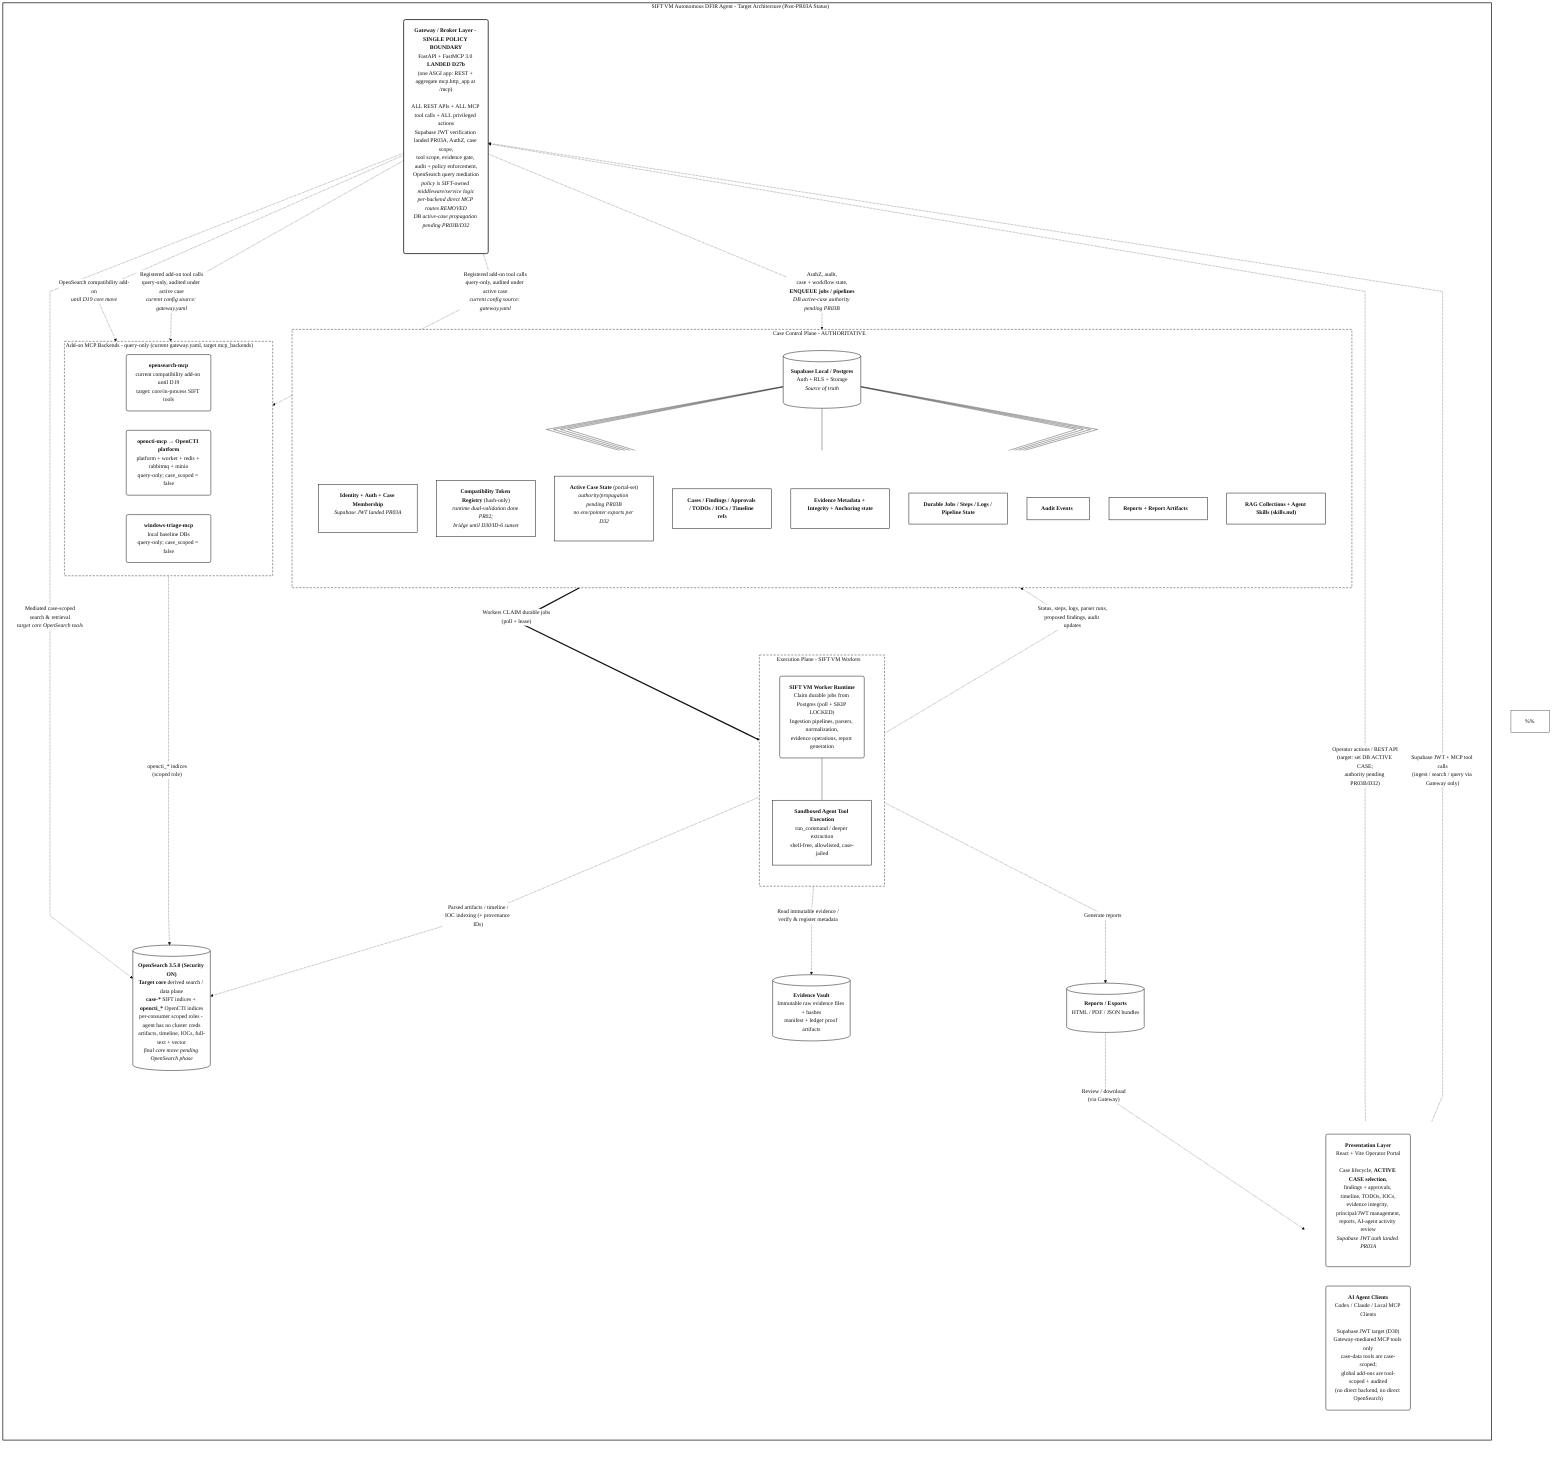
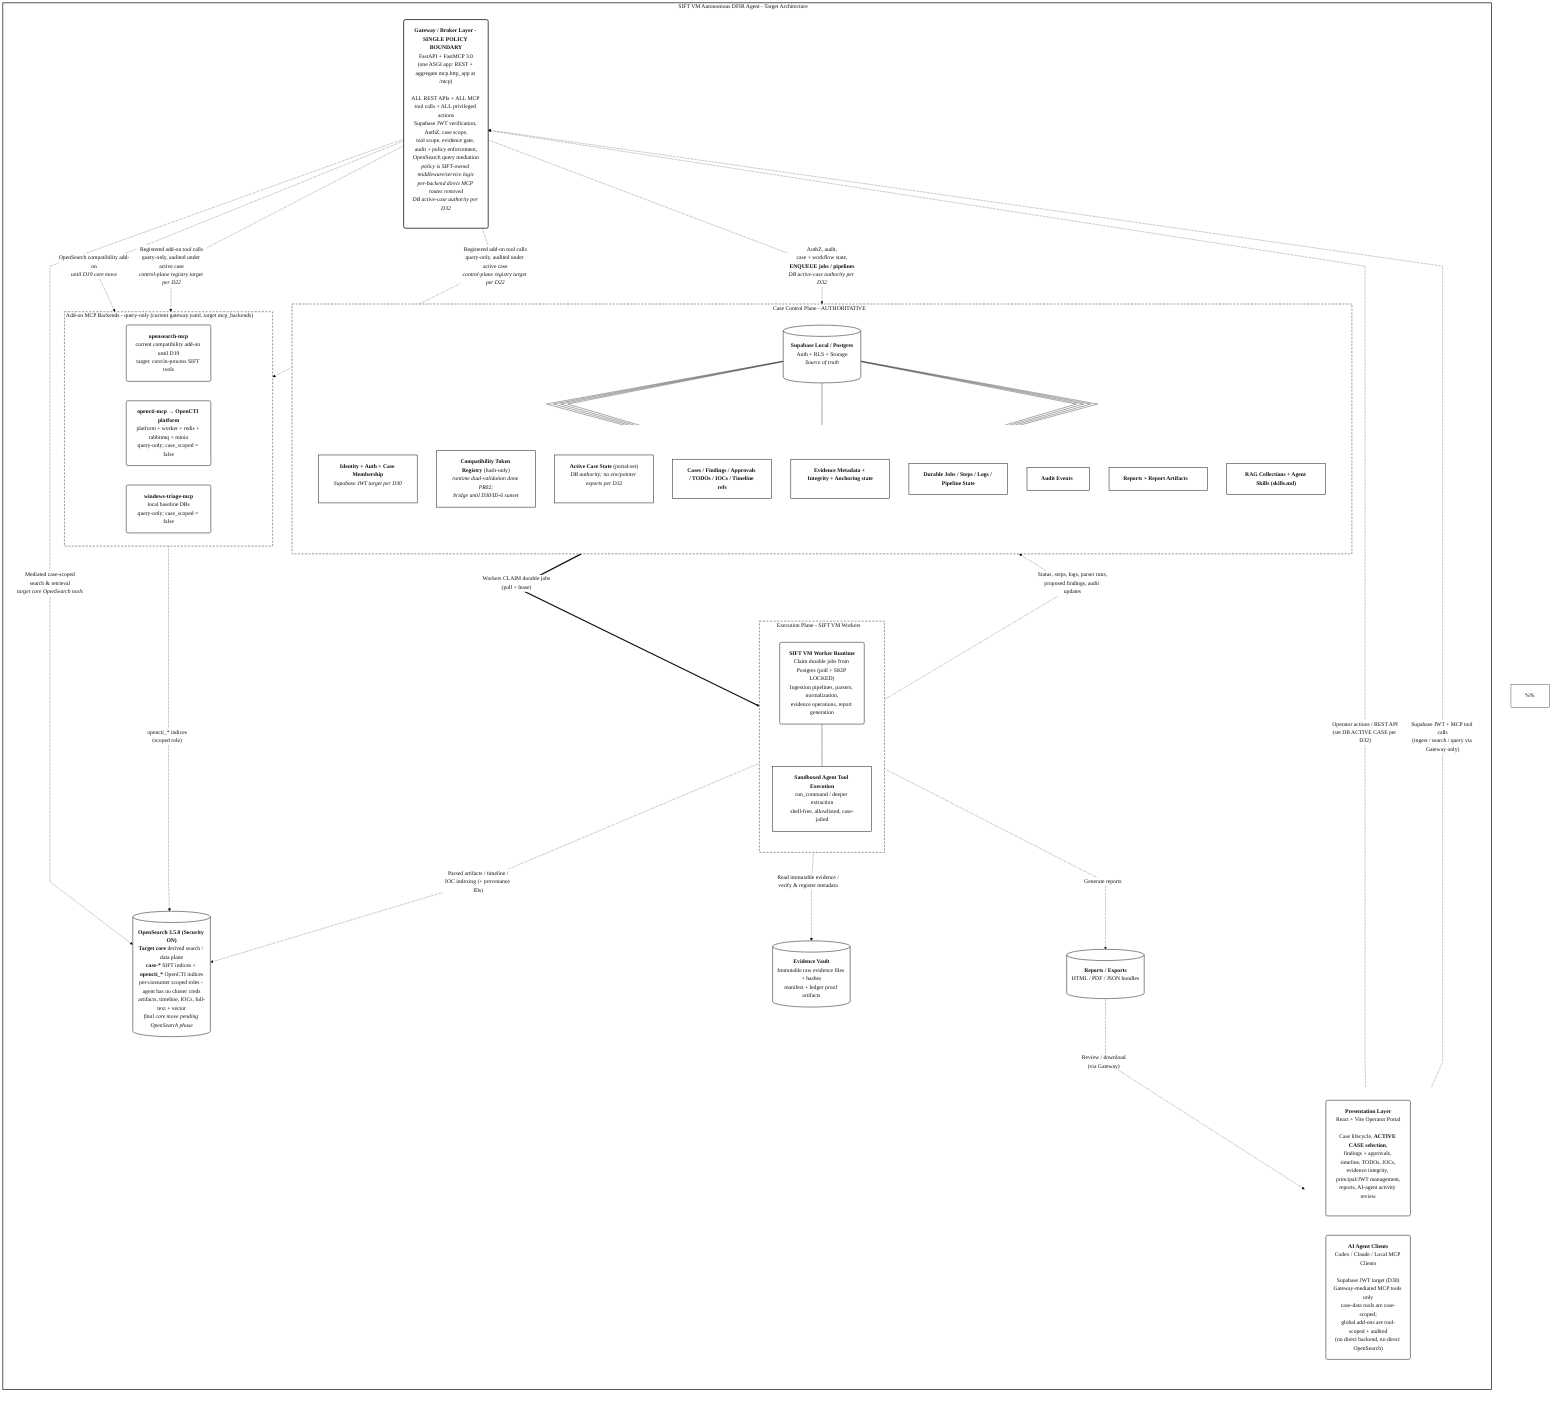
%%{init: {
  "theme": "base",
  "themeVariables": {
    "fontFamily": "Arial, Helvetica, sans-serif",
    "primaryColor": "#ffffff",
    "primaryTextColor": "#111111",
    "primaryBorderColor": "#111111",
    "lineColor": "#111111",
    "clusterBkg": "#ffffff",
    "clusterBorder": "#111111",
    "edgeLabelBackground": "#ffffff"
  },
  "flowchart": {
    "curve": "linear",
    "htmlLabels": true,
    "nodeSpacing": 55,
    "rankSpacing": 70,
    "padding": 20
  }
}}%%

flowchart TB

  %% =========================================================
-   %% SIFT VM Autonomous DFIR Agent - target architecture with current
-   %% post-PR03A migration status and PR03B target called out.
+   %% SIFT VM Autonomous DFIR Agent - target architecture.
  %%
  %% Canonical decisions reflected in this diagram (see
  %% 00_migration_charter.md "Confirmed Decisions (Locked)"):
  %%  - The Gateway is the SINGLE policy boundary. ALL REST APIs,
  %%    ALL MCP tool calls, and ALL privileged actions go through it.
  %%    Per-backend direct MCP routes (/mcp/{name}) are DISABLED.
  %%  - Supabase/Postgres is the authoritative control plane.
  %%  - Final auth target (D30): Supabase-issued JWTs for humans,
  %%    agents, MCP clients, workers, and services. PR02 hash-token
  %%    registry is a compatibility bridge until sunset.
  %%  - There is NEVER a direct job/invoke to the Evidence Vault.
  %%    Tool calls (ingest/search/etc.) enter the Gateway, which
  %%    enqueues durable jobs/pipelines in the control plane; workers
  %%    CLAIM (poll + SKIP LOCKED) those jobs and run the pipelines.
  %%  - TARGET: ACTIVE CASE is selected by the operator in the portal only,
  %%    is authoritative in the control plane, and the Gateway propagates it
  %%    to every backend/API/tool call. D32/PR03B drops env/config/pointer
  %%    active-case authority and does not generate active-case exports.
  %%  - OpenSearch 3.5.0 with security ENABLED is the derived
  %%    search/data plane. It is never authoritative.
  %%  - AI agents reach tools ONLY through Gateway MCP tools and run
  %%    deeper analysis in a sandboxed, allowlisted execution plane.
  %% Note: Mermaid auto-layout is not pixel-perfect.
  %% =========================================================

-   subgraph SYSTEM["SIFT VM Autonomous DFIR Agent - Target Architecture (Post-PR03A Status)"]
+   subgraph SYSTEM["SIFT VM Autonomous DFIR Agent - Target Architecture"]
    direction TB

    %% -------------------------
    %% Clients
    %% -------------------------
    subgraph CLIENTS[" "]
      direction LR

-       Portal("<b>Presentation Layer</b><br/>React + Vite Operator Portal<br/><br/>Case lifecycle, <b>ACTIVE CASE selection</b>,<br/>findings + approvals, timeline, TODOs, IOCs,<br/>evidence integrity, principal/JWT management,<br/>reports, AI-agent activity review<br/><i>Supabase JWT auth landed PR03A</i>")
+       Portal("<b>Presentation Layer</b><br/>React + Vite Operator Portal<br/><br/>Case lifecycle, <b>ACTIVE CASE selection</b>,<br/>findings + approvals, timeline, TODOs, IOCs,<br/>evidence integrity, principal/JWT management,<br/>reports, AI-agent activity review")

      Agents("<b>AI Agent Clients</b><br/>Codex / Claude / Local MCP Clients<br/><br/>Supabase JWT target (D30)<br/>Gateway-mediated MCP tools only<br/>case-data tools are case-scoped;<br/>global add-ons are tool-scoped + audited<br/>(no direct backend, no direct OpenSearch)")
    end

    %% -------------------------
    %% Gateway - single policy boundary
    %% -------------------------
-     Gateway("<b>Gateway / Broker Layer - SINGLE POLICY BOUNDARY</b><br/>FastAPI + FastMCP 3.0 <b>LANDED D27b</b><br/>(one ASGI app: REST + aggregate mcp.http_app at /mcp)<br/><br/>ALL REST APIs + ALL MCP tool calls + ALL privileged actions<br/>Supabase JWT verification landed PR03A, AuthZ, case scope,<br/>tool scope, evidence gate, audit + policy enforcement,<br/>OpenSearch query mediation<br/><i>policy is SIFT-owned middleware/service logic</i><br/><i>per-backend direct MCP routes REMOVED</i><br/><i>DB active-case propagation pending PR03B/D32</i>")
+     Gateway("<b>Gateway / Broker Layer - SINGLE POLICY BOUNDARY</b><br/>FastAPI + FastMCP 3.0<br/>(one ASGI app: REST + aggregate mcp.http_app at /mcp)<br/><br/>ALL REST APIs + ALL MCP tool calls + ALL privileged actions<br/>Supabase JWT verification, AuthZ, case scope,<br/>tool scope, evidence gate, audit + policy enforcement,<br/>OpenSearch query mediation<br/><i>policy is SIFT-owned middleware/service logic</i><br/><i>per-backend direct MCP routes removed</i><br/><i>DB active-case authority per D32</i>")

    %% -------------------------
    %% Control plane (authoritative)
    %% -------------------------
    subgraph CONTROL["Case Control Plane - AUTHORITATIVE"]
      direction TB

      Supabase[("<b>Supabase Local / Postgres</b><br/>Auth + RLS + Storage<br/><i>Source of truth</i>")]

      subgraph CP_BOXES[" "]
        direction TB
-         B1["<b>Identity + Auth + Case Membership</b><br/><i>Supabase JWT landed PR03A</i>"]
+         B1["<b>Identity + Auth + Case Membership</b><br/><i>Supabase JWT target per D30</i>"]
        B2["<b>Compatibility Token Registry</b> (hash-only)<br/><i>runtime dual-validation done PR02;<br/>bridge until D30/ID-6 sunset</i>"]
-         B3["<b>Active Case State</b> (portal-set)<br/><i>authority/propagation pending PR03B<br/>no env/pointer exports per D32</i>"]
+         B3["<b>Active Case State</b> (portal-set)<br/><i>DB authority; no env/pointer exports per D32</i>"]
        B4["<b>Cases / Findings / Approvals / TODOs / IOCs / Timeline refs</b>"]
        B5["<b>Evidence Metadata + Integrity + Anchoring state</b>"]
        B6["<b>Durable Jobs / Steps / Logs / Pipeline State</b>"]
        B7["<b>Audit Events</b>"]
        B8["<b>Reports + Report Artifacts</b>"]
        B9["<b>RAG Collections + Agent Skills (skills.md)</b>"]
      end

      Supabase --- B1
      Supabase --- B2
      Supabase --- B3
      Supabase --- B4
      Supabase --- B5
      Supabase --- B6
      Supabase --- B7
      Supabase --- B8
      Supabase --- B9
    end

    %% -------------------------
    %% Data plane + Evidence vault
    %% -------------------------
    OpenSearch[("<b>OpenSearch 3.5.0 (Security ON)</b><br/><b>Target core</b> derived search / data plane<br/><b>case-*</b> SIFT indices + <b>opencti_*</b> OpenCTI indices<br/>per-consumer scoped roles - agent has no cluster creds<br/>artifacts, timeline, IOCs, full-text + vector<br/><i>final core move pending OpenSearch phase</i>")]

    Evidence[("<b>Evidence Vault</b><br/>Immutable raw evidence files + hashes<br/>manifest + ledger proof artifacts")]

    %% -------------------------
    %% Execution plane
    %% -------------------------
    subgraph EXECUTION["Execution Plane - SIFT VM Workers"]
      direction TB

      Worker("<b>SIFT VM Worker Runtime</b><br/>Claim durable jobs from Postgres (poll + SKIP LOCKED)<br/>Ingestion pipelines, parsers, normalization,<br/>evidence operations, report generation")

      Sandbox["<b>Sandboxed Agent Tool Execution</b><br/>run_command / deeper extraction<br/>shell-free, allowlisted, case-jailed"]

      Worker --- Sandbox
    end

    Reports[("<b>Reports / Exports</b><br/>HTML / PDF / JSON bundles")]

    %% -------------------------
    %% Add-on MCP backends (target: registered in control-plane mcp_backends;
    %% current: read from gateway.yaml until D22/F-11 lands; reached ONLY
    %% through the Gateway aggregate policy path)
    %% -------------------------
    subgraph ADDONS["Add-on MCP Backends - query-only (current gateway.yaml, target mcp_backends)"]
      direction LR
      OpenSearchCompat("<b>opensearch-mcp</b><br/>current compatibility add-on until D19<br/>target: core/in-process SIFT tools")
      OpenCTI("<b>opencti-mcp</b> &rarr; <b>OpenCTI platform</b><br/>platform + worker + redis + rabbitmq + minio<br/>query-only; case_scoped = false")
      WinTriage("<b>windows-triage-mcp</b><br/>local baseline DBs<br/>query-only; case_scoped = false")
    end

    %% Note: OpenSearch and RAG are TARGET CORE, not long-term add-ons (D19/D23).
    %% OpenSearch may still appear through gateway.yaml/proxy compatibility until
    %% the later OpenSearch-core phase retires its add-on registration.
    %% RAG retrieval is a core control-plane tool over Supabase pgvector.

    %% -------------------------
    %% Flows
    %% -------------------------
-     Portal -. "Operator actions / REST API<br/>(target: set DB ACTIVE CASE;<br/>authority pending PR03B/D32)" .-> Gateway
+     Portal -. "Operator actions / REST API<br/>(set DB ACTIVE CASE per D32)" .-> Gateway
    Agents -. "Supabase JWT + MCP tool calls<br/>(ingest / search / query via Gateway only)" .-> Gateway

-     Gateway -. "AuthZ, audit,<br/>case + workflow state,<br/><b>ENQUEUE jobs / pipelines</b><br/><i>DB active-case authority pending PR03B</i>" .-> Supabase
+     Gateway -. "AuthZ, audit,<br/>case + workflow state,<br/><b>ENQUEUE jobs / pipelines</b><br/><i>DB active-case authority per D32</i>" .-> Supabase
    Gateway -. "Mediated case-scoped<br/>search & retrieval<br/><i>target core OpenSearch tools</i>" .-> OpenSearch
    Gateway -. "OpenSearch compatibility add-on<br/><i>until D19 core move</i>" .-> OpenSearchCompat
-     Gateway -. "Registered add-on tool calls<br/>query-only, audited under active case<br/><i>current config source: gateway.yaml</i>" .-> OpenCTI
-     Gateway -. "Registered add-on tool calls<br/>query-only, audited under active case<br/><i>current config source: gateway.yaml</i>" .-> WinTriage
+     Gateway -. "Registered add-on tool calls<br/>query-only, audited under active case<br/><i>control-plane registry target per D22</i>" .-> OpenCTI
+     Gateway -. "Registered add-on tool calls<br/>query-only, audited under active case<br/><i>control-plane registry target per D22</i>" .-> WinTriage
    OpenCTI -. "opencti_* indices<br/>(scoped role)" .-> OpenSearch

    Supabase == "Workers CLAIM durable jobs<br/>(poll + lease)" ==> EXECUTION
    EXECUTION -. "Status, steps, logs, parser runs,<br/>proposed findings, audit updates" .-> Supabase

    EXECUTION -. "Parsed artifacts / timeline /<br/>IOC indexing (+ provenance IDs)" .-> OpenSearch
    EXECUTION -. "Read immutable evidence /<br/>verify & register metadata" .-> Evidence
    EXECUTION -. "Generate reports" .-> Reports

    Reports -. "Review / download<br/>(via Gateway)" .-> Portal
  end

  %% =========================================================
  %% Styling
  %% =========================================================
  classDef box fill:#ffffff,stroke:#111111,stroke-width:1.4px,color:#111111;
  classDef db fill:#ffffff,stroke:#111111,stroke-width:1.4px,color:#111111;
  classDef group fill:#ffffff,stroke:#111111,stroke-width:1.2px,stroke-dasharray: 6 4,color:#111111;
  classDef outer fill:#ffffff,stroke:#111111,stroke-width:2px,color:#111111;
  classDef gw fill:#ffffff,stroke:#111111,stroke-width:2.2px,color:#111111;

  class Portal,Agents,B1,B2,B3,B4,B5,B6,B7,B8,B9,Worker,Sandbox,OpenSearchCompat,OpenCTI,WinTriage box;
  class Supabase,OpenSearch,Evidence,Reports db;
  class Gateway gw;
  class CONTROL,EXECUTION,ADDONS group;
  class SYSTEM outer;

  style CLIENTS fill:#ffffff,stroke:transparent
  style CP_BOXES fill:#ffffff,stroke:transparent
